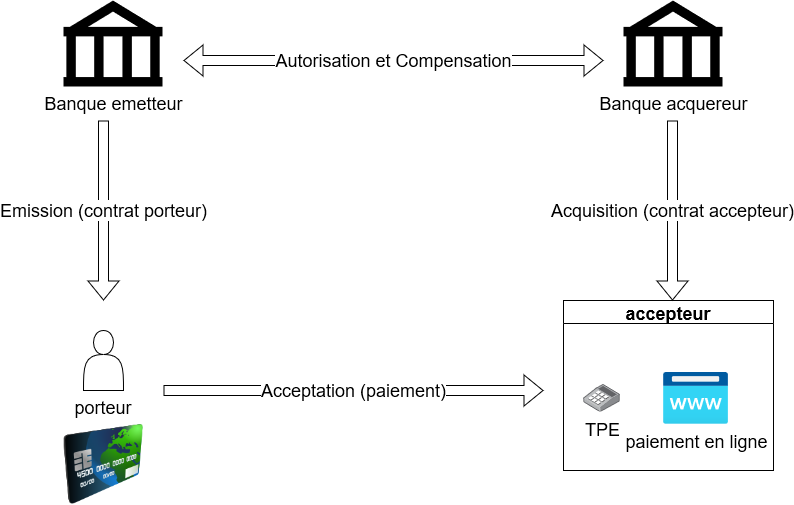
Earlier version of the draw.io export content/posts/intro-moyens-paiement/schema_4_coins.png (HUANGManutea/blog.dev). Source tidied: cells renumbered, new cells last; positions are measured from the earlier drawing's top-left corner, leaving out a move shared by most shapes.
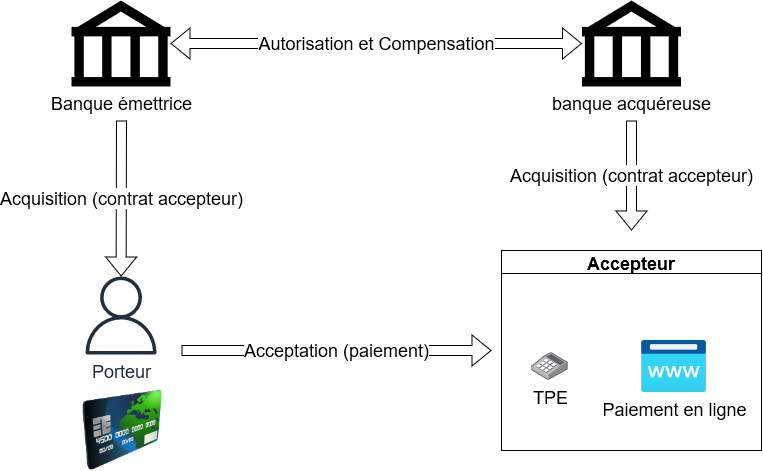
The same diagram one commit later.

Commit message:
article intro moyen de paiement OK

Diff of the diagram source:
```diff
@@ -2,50 +2,46 @@
   <root>
     <mxCell id="0" />
     <mxCell id="1" parent="0" />
-    <mxCell id="2" value="&lt;font style=&quot;font-size: 18px&quot;&gt;Banque emetteur&lt;/font&gt;" style="shape=mxgraph.signs.travel.bank;html=1;fillColor=#000000;strokeColor=none;verticalLabelPosition=bottom;verticalAlign=top;align=center;" parent="1" vertex="1">
-      <mxGeometry width="99" height="86" as="geometry" />
-    </mxCell>
-    <mxCell id="3" value="&lt;font style=&quot;font-size: 18px&quot;&gt;Banque acquereur&lt;/font&gt;" style="shape=mxgraph.signs.travel.bank;html=1;fillColor=#000000;strokeColor=none;verticalLabelPosition=bottom;verticalAlign=top;align=center;" parent="1" vertex="1">
-      <mxGeometry x="560" width="99" height="86" as="geometry" />
-    </mxCell>
-    <mxCell id="4" value="porteur" style="shape=actor;whiteSpace=wrap;html=1;labelPosition=center;verticalLabelPosition=bottom;align=center;verticalAlign=top;fontSize=18;" parent="1" vertex="1">
-      <mxGeometry x="20" y="330" width="40" height="60" as="geometry" />
-    </mxCell>
-    <mxCell id="5" value="accepteur" style="swimlane;fontSize=18;" parent="1" vertex="1">
-      <mxGeometry x="500" y="300" width="210" height="170" as="geometry" />
-    </mxCell>
+    <mxCell id="13" value="banque acquéreuse" style="shape=mxgraph.signs.travel.bank;html=1;fillColor=#000000;strokeColor=none;verticalLabelPosition=bottom;verticalAlign=top;align=center;fontSize=18;" parent="1" vertex="1">
+      <mxGeometry x="530.5" y="-30" width="99" height="86" as="geometry" />
+    </mxCell>
+    <mxCell id="14" value="Banque émettrice" style="shape=mxgraph.signs.travel.bank;html=1;fillColor=#000000;strokeColor=none;verticalLabelPosition=bottom;verticalAlign=top;align=center;fontSize=18;" parent="1" vertex="1">
+      <mxGeometry x="20" y="-30" width="99" height="86" as="geometry" />
+    </mxCell>
+    <mxCell id="11" value="Autorisation et Compensation" style="shape=flexArrow;endArrow=classic;startArrow=classic;html=1;rounded=0;fontSize=18;" parent="1" edge="1" source="14" target="13">
+      <mxGeometry relative="1" as="geometry" />
+    </mxCell>
+    <mxCell id="15" style="image;html=1;image=img/lib/clip_art/finance/Credit_Card_128x128.png;fontSize=18;" parent="1" vertex="1">
+      <mxGeometry x="30.5" y="360" width="80" height="80" as="geometry" />
+    </mxCell>
+    <mxCell id="16" value="Accepteur" style="swimlane;fontSize=18;" parent="1" vertex="1">
+      <mxGeometry x="450" y="220" width="260" height="200" as="geometry" />
+    </mxCell>
-    <mxCell id="6" value="TPE" style="html=1;align=center;shadow=0;dashed=0;image;image=img/lib/allied_telesis/computer_and_terminals/POS_keypad.svg;fontSize=18;" parent="5" vertex="1">
-      <mxGeometry x="20" y="83.9" width="37.2" height="27.6" as="geometry" />
+    <mxCell id="6" value="TPE" style="html=1;align=center;shadow=0;dashed=0;image;image=img/lib/allied_telesis/computer_and_terminals/POS_keypad.svg;fontSize=18;" parent="16" vertex="1">
+      <mxGeometry x="30" y="102.2" width="37.2" height="27.6" as="geometry" />
     </mxCell>
-    <mxCell id="7" value="paiement en ligne" style="html=1;align=center;image;fontSize=18;image=img/lib/azure2/app_services/App_Service_Domains.svg;" parent="5" vertex="1">
-      <mxGeometry x="100" y="71.7" width="65" height="52" as="geometry" />
-    </mxCell>
-    <mxCell id="8" value="&lt;font style=&quot;font-size: 18px&quot;&gt;Emission&lt;/font&gt; (contrat porteur)" style="shape=flexArrow;endArrow=classic;html=1;rounded=0;fontSize=18;" parent="1" edge="1">
-      <mxGeometry relative="1" as="geometry">
-        <mxPoint x="40" y="120" as="sourcePoint" />
-        <mxPoint x="40" y="300" as="targetPoint" />
-      </mxGeometry>
-    </mxCell>
+    <mxCell id="17" value="Paiement en ligne" style="html=1;align=center;image;fontSize=18;image=img/lib/azure2/app_services/App_Service_Domains.svg;" parent="16" vertex="1">
+      <mxGeometry x="140" y="90" width="65" height="52" as="geometry" />
+    </mxCell>
+    <mxCell id="18" value="Acquisition (contrat accepteur)" style="shape=flexArrow;endArrow=classic;html=1;rounded=0;fontSize=18;" parent="1" edge="1">
+      <mxGeometry relative="1" as="geometry">
+        <mxPoint x="580" y="90" as="sourcePoint" />
+        <mxPoint x="580" y="200" as="targetPoint" />
+      </mxGeometry>
+    </mxCell>
+    <mxCell id="19" value="Acquisition (contrat accepteur)" style="shape=flexArrow;endArrow=classic;html=1;rounded=0;fontSize=18;" parent="1" edge="1" target="20">
+      <mxGeometry relative="1" as="geometry">
+        <mxPoint x="70" y="90" as="sourcePoint" />
+      </mxGeometry>
+    </mxCell>
+    <mxCell id="20" value="Porteur" style="sketch=0;outlineConnect=0;fontColor=#232F3E;gradientColor=none;fillColor=#232F3D;strokeColor=none;dashed=0;verticalLabelPosition=bottom;verticalAlign=top;align=center;html=1;fontSize=18;fontStyle=0;shape=mxgraph.aws4.user;" parent="1" vertex="1">
+      <mxGeometry x="30.5" y="246" width="78" height="78" as="geometry" />
+    </mxCell>
-    <mxCell id="9" value="&lt;div style=&quot;font-size: 18px&quot;&gt;Acceptation (paiement)&lt;/div&gt;" style="shape=flexArrow;endArrow=classic;html=1;rounded=0;fontSize=18;" parent="1" edge="1">
+    <mxCell id="9" value="Acceptation (paiement)" style="shape=flexArrow;endArrow=classic;html=1;rounded=0;fontSize=18;" parent="1" edge="1">
       <mxGeometry relative="1" as="geometry">
-        <mxPoint x="100" y="390" as="sourcePoint" />
-        <mxPoint x="480" y="390" as="targetPoint" />
+        <mxPoint x="130" y="320" as="sourcePoint" />
+        <mxPoint x="440" y="320" as="targetPoint" />
       </mxGeometry>
     </mxCell>
-    <mxCell id="10" value="Acquisition (contrat accepteur)" style="shape=flexArrow;endArrow=classic;html=1;rounded=0;fontSize=18;" parent="1" edge="1">
-      <mxGeometry relative="1" as="geometry">
-        <mxPoint x="609" y="120" as="sourcePoint" />
-        <mxPoint x="609" y="300" as="targetPoint" />
-      </mxGeometry>
-    </mxCell>
-    <mxCell id="11" value="Autorisation et Compensation" style="shape=flexArrow;endArrow=classic;startArrow=classic;html=1;rounded=0;fontSize=18;" parent="1" edge="1">
-      <mxGeometry relative="1" as="geometry">
-        <mxPoint x="120" y="60" as="sourcePoint" />
-        <mxPoint x="540" y="60" as="targetPoint" />
-      </mxGeometry>
-    </mxCell>
-    <mxCell id="12" style="image;html=1;image=img/lib/clip_art/finance/Credit_Card_128x128.png;fontSize=18;" parent="1" vertex="1">
-      <mxGeometry y="424" width="80" height="80" as="geometry" />
-    </mxCell>
   </root>
 </mxGraphModel>
```
